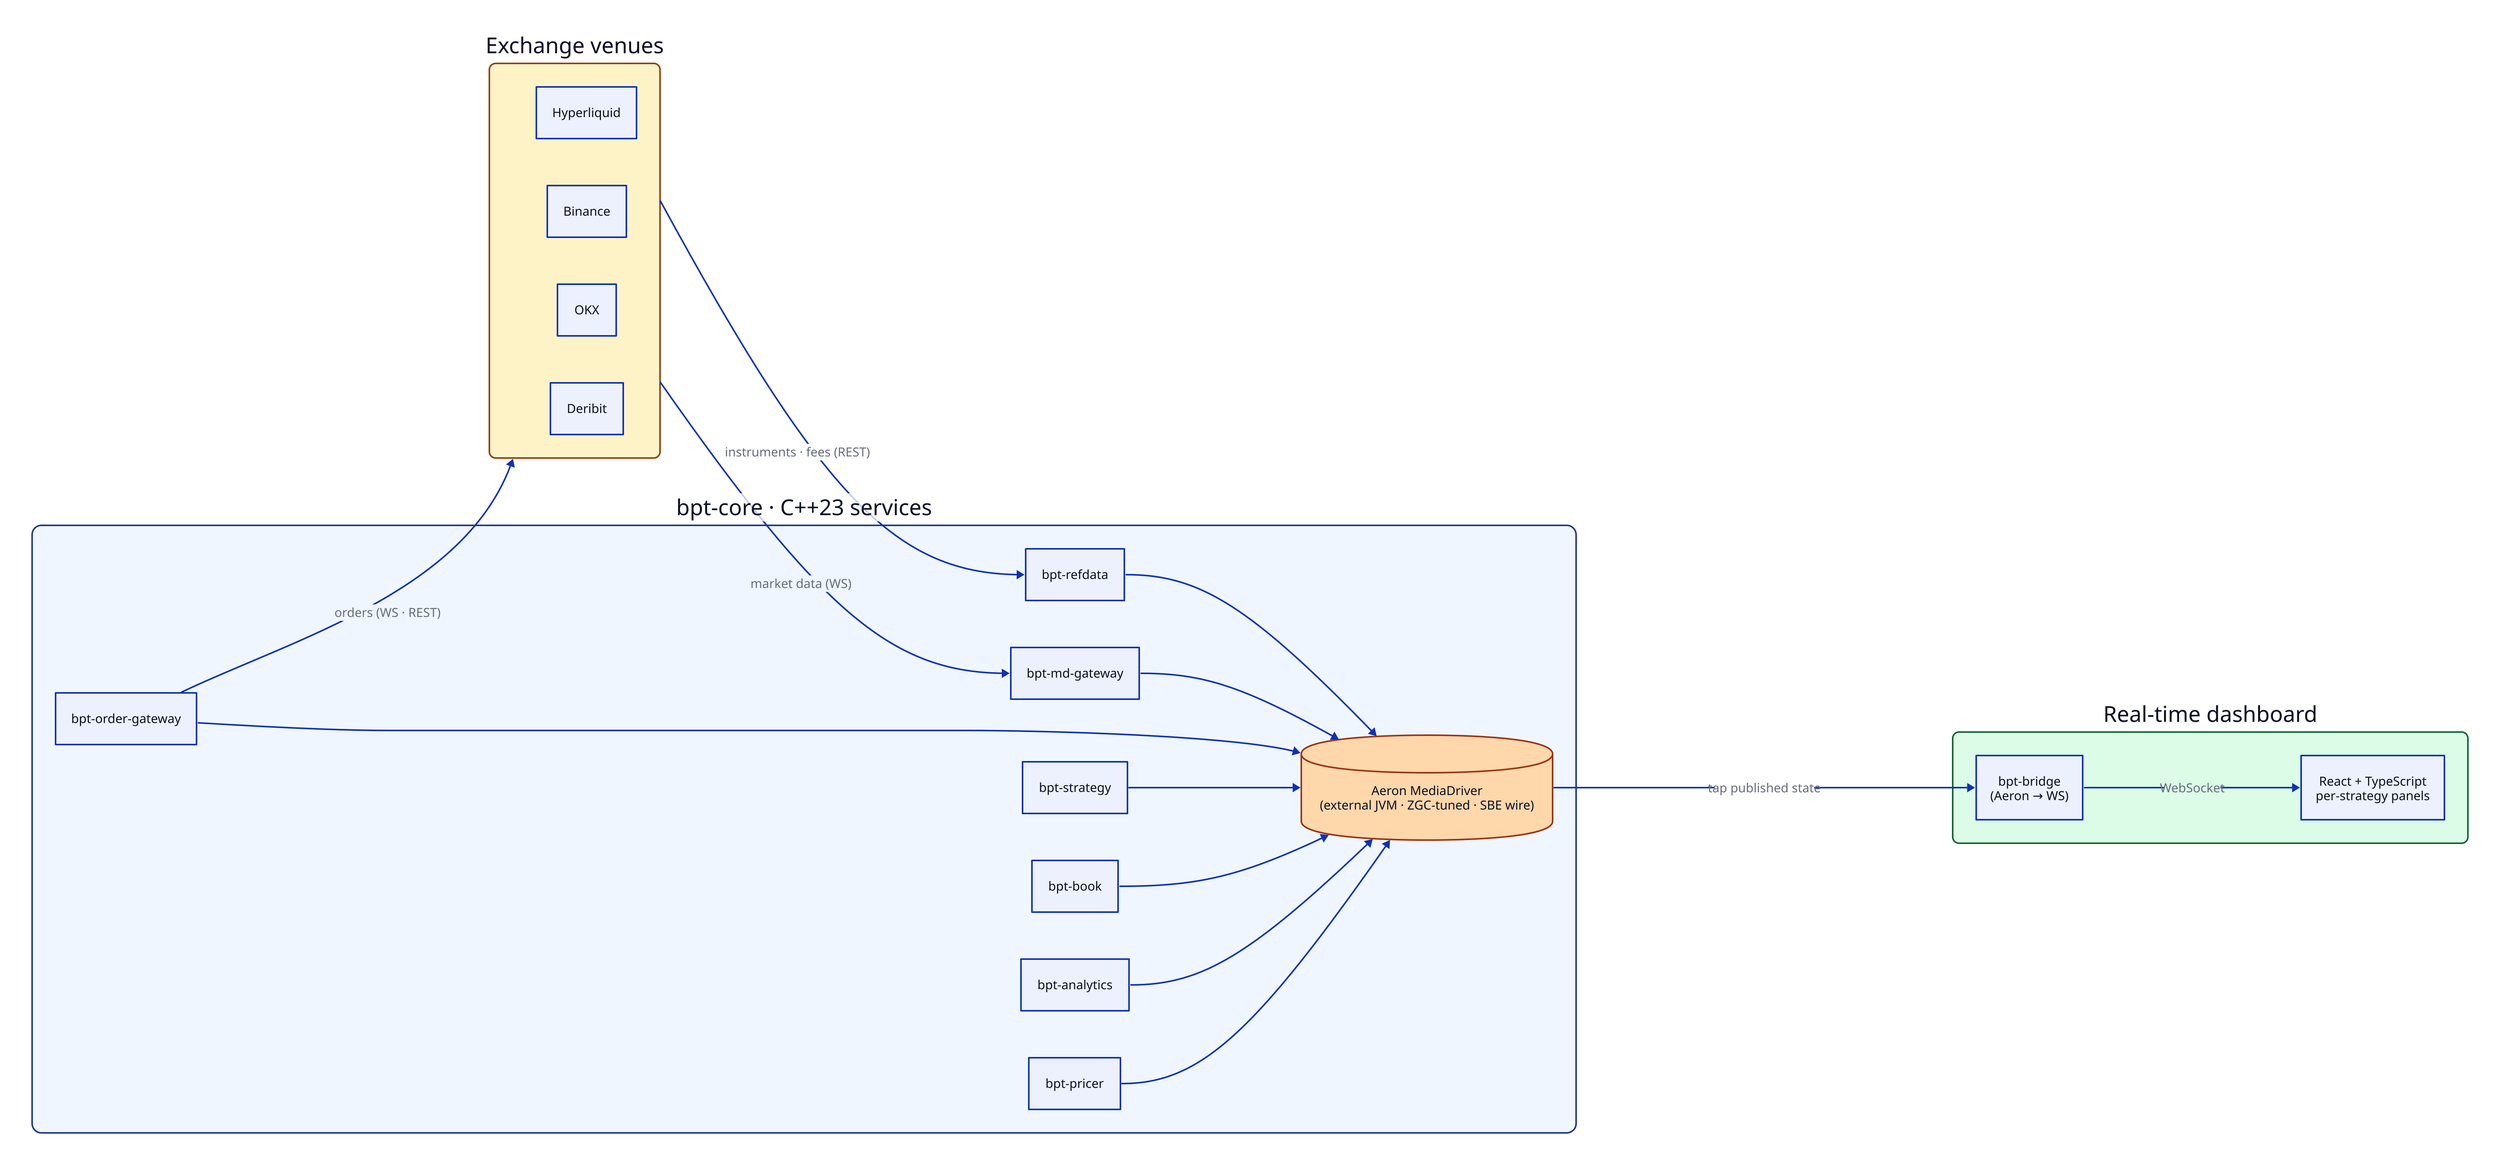
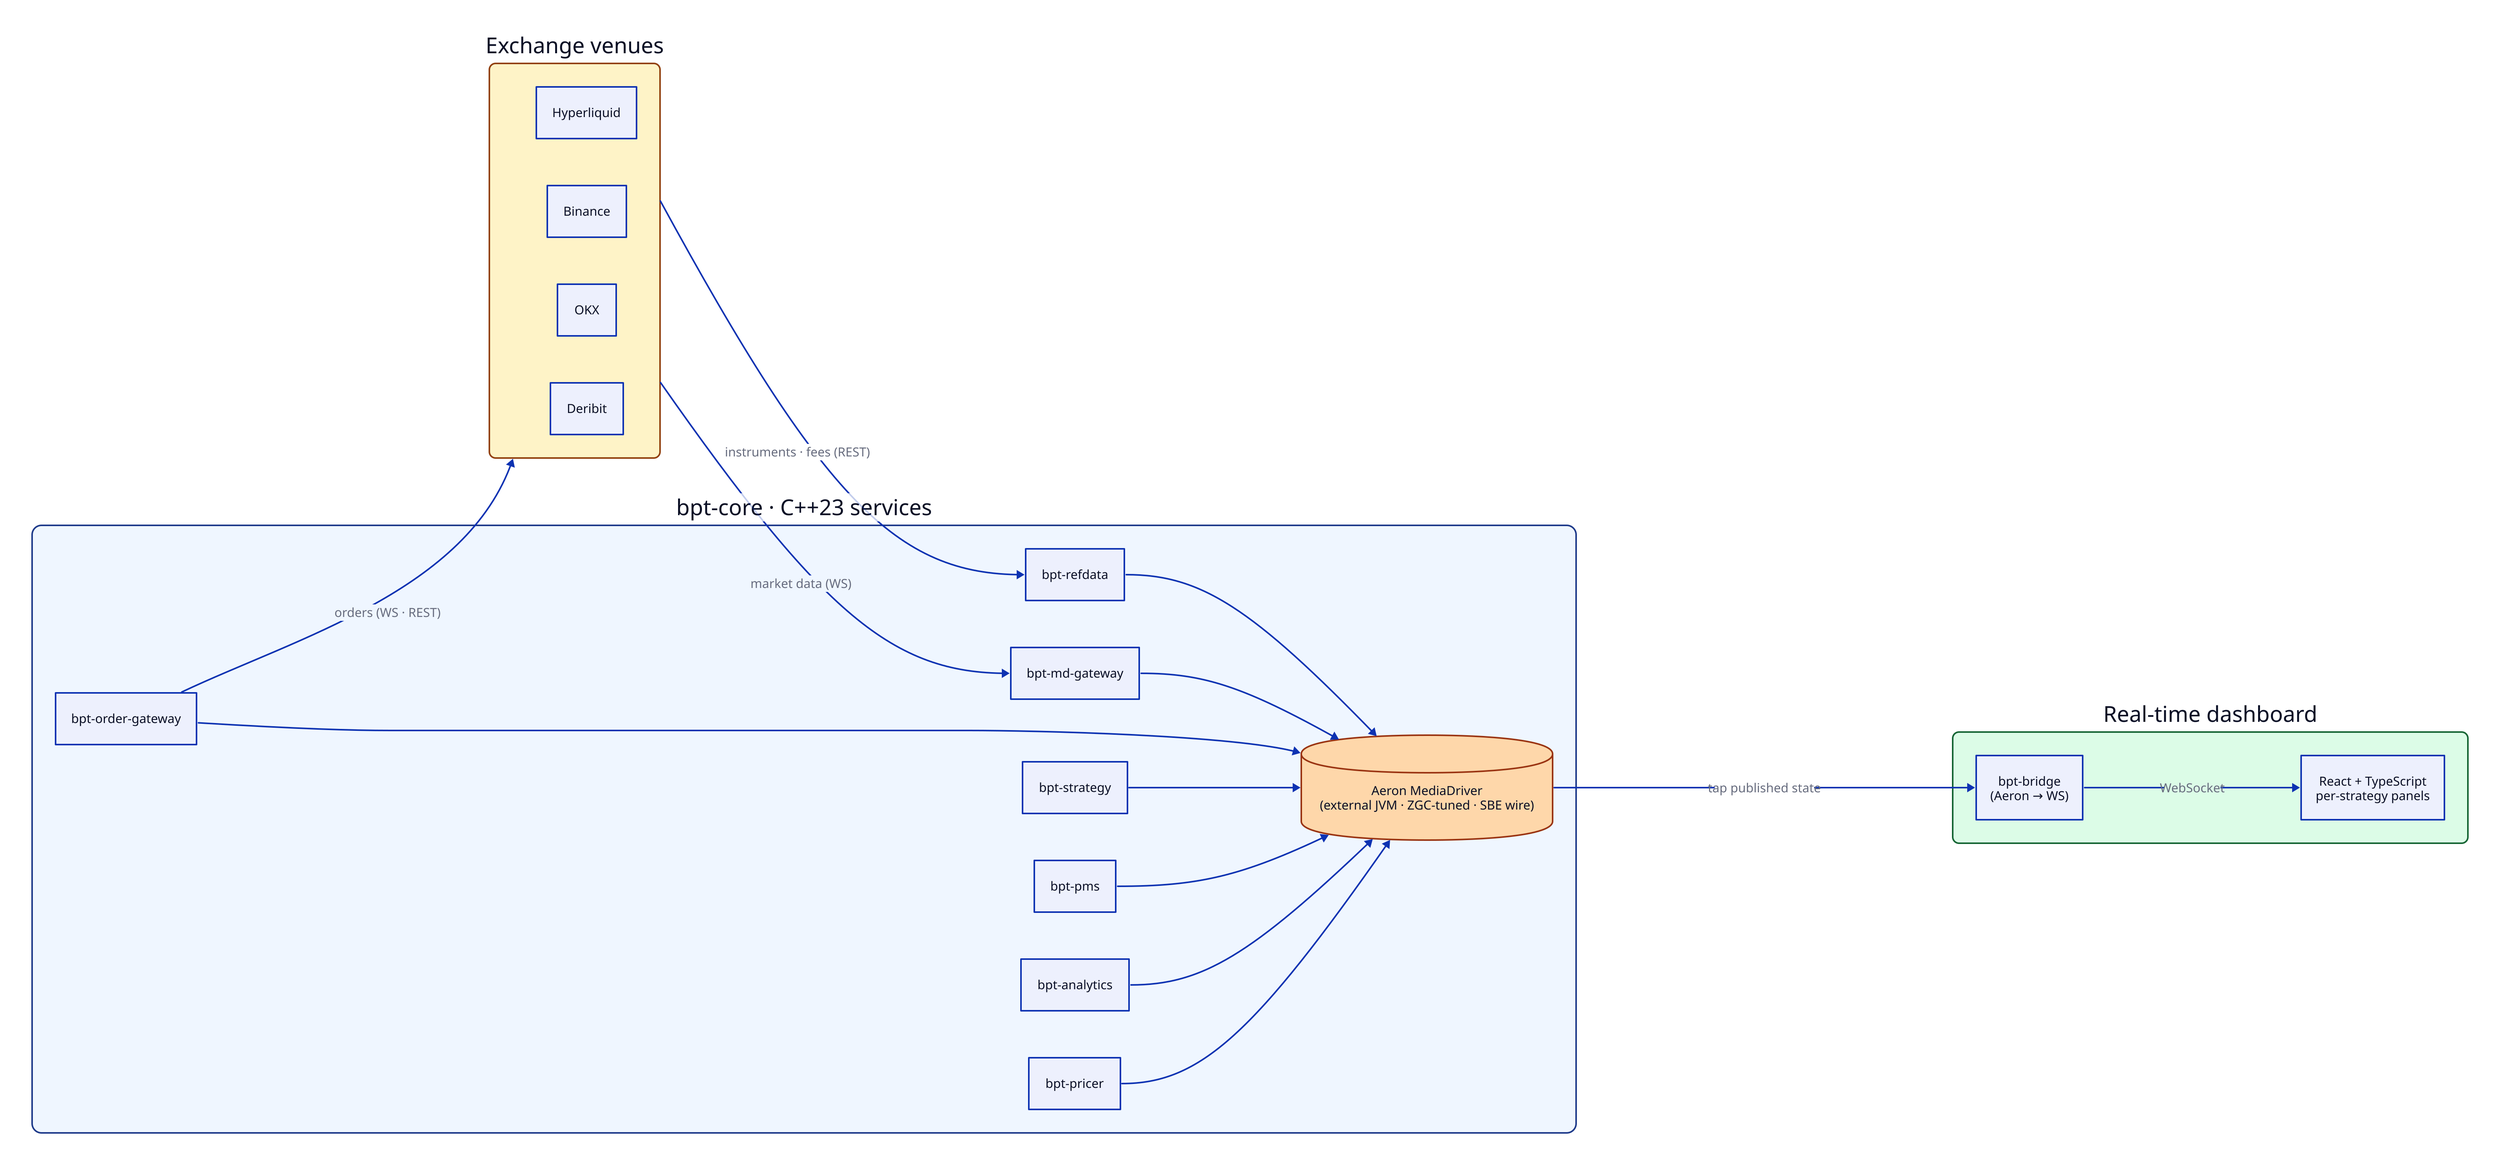
direction: right

vars: {
  d2-config: {
    theme-id: 0
    dark-theme-id: 200
    pad: 40
  }
}

venues: Exchange venues {
  shape: rectangle
  style: {
    fill: "#fef3c7"
    stroke: "#92400e"
    border-radius: 8
  }
  hl: Hyperliquid
  binance: Binance
  okx: OKX
  deribit: Deribit
}

core: "bpt-core  ·  C++23 services" {
  style: {
    fill: "#eff6ff"
    stroke: "#1e3a8a"
    border-radius: 12
  }

  refdata: bpt-refdata
  md: bpt-md-gateway
  og: bpt-order-gateway
  strategy: bpt-strategy
-   book: bpt-book
+   pms: bpt-pms
  analytics: bpt-analytics
  pricer: bpt-pricer

  aeron: "Aeron MediaDriver\n(external JVM · ZGC-tuned · SBE wire)" {
    shape: cylinder
    style: {
      fill: "#fed7aa"
      stroke: "#9a3412"
    }
  }

  refdata -> aeron
  md -> aeron
  og -> aeron
  strategy -> aeron
-   book -> aeron
+   pms -> aeron
  analytics -> aeron
  pricer -> aeron
}

dashboard: Real-time dashboard {
  style: {
    fill: "#dcfce7"
    stroke: "#166534"
    border-radius: 8
  }
  bridge: "bpt-bridge\n(Aeron → WS)"
  frontend: "React + TypeScript\nper-strategy panels"
  bridge -> frontend: WebSocket
}

venues -> core.md: market data (WS)
venues -> core.refdata: instruments · fees (REST)
core.og -> venues: orders (WS · REST)
core.aeron -> dashboard.bridge: tap published state
